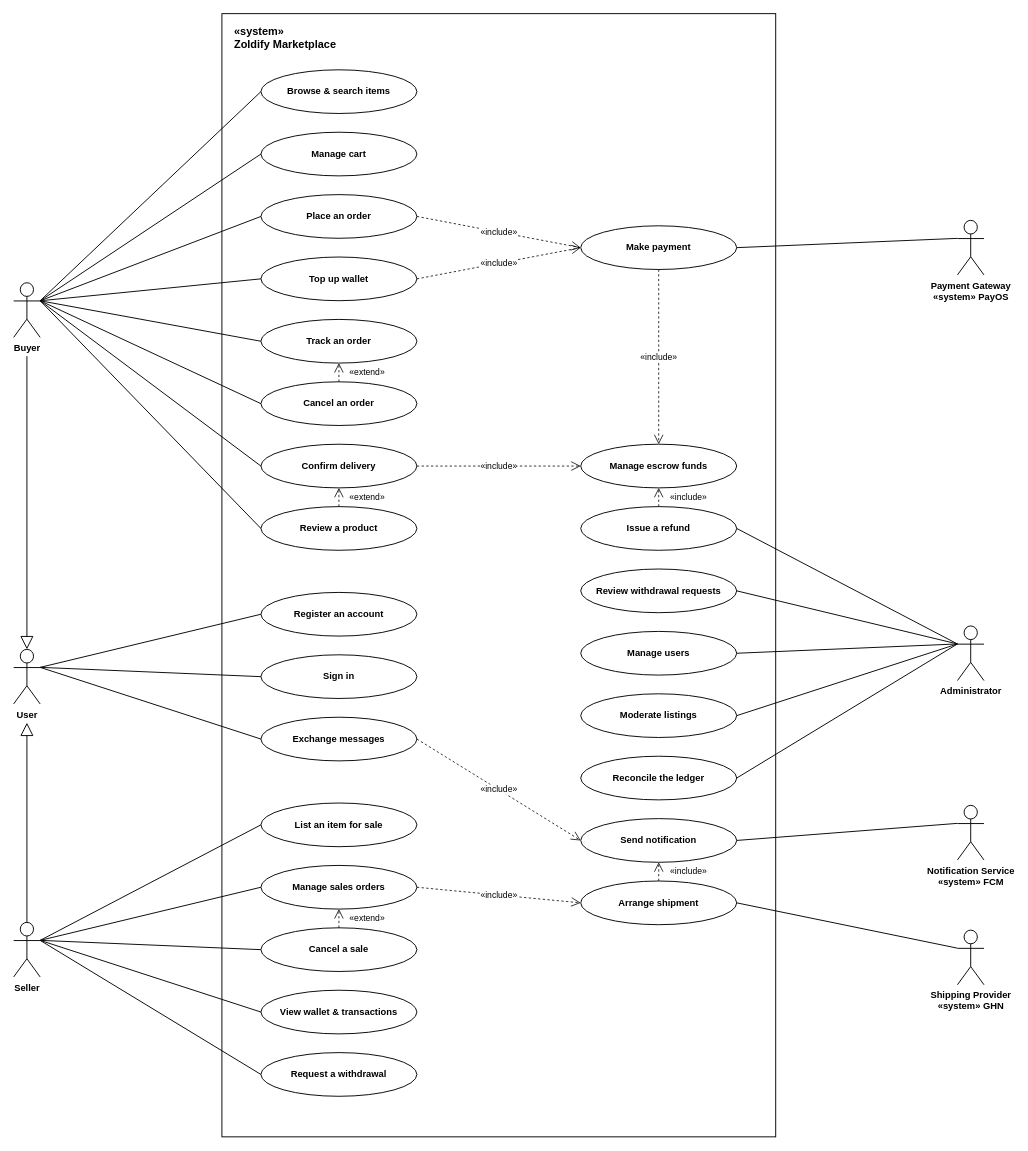
tdat-dev/Zoldify_Backend keeps this draw.io diagram as page "Use Case Diagram" (1 of 7) of docs/system-design/drawio/05-use-case-diagram.drawio. Above is the earlier version. Source tidied: cells renumbered, new cells numbered last; positions are measured from the earlier drawing's top-left corner, leaving out a move shared by most shapes. Both pictures are drawn from the tidied source at 78%, with x=0, y=0 at pixel (13, 13).
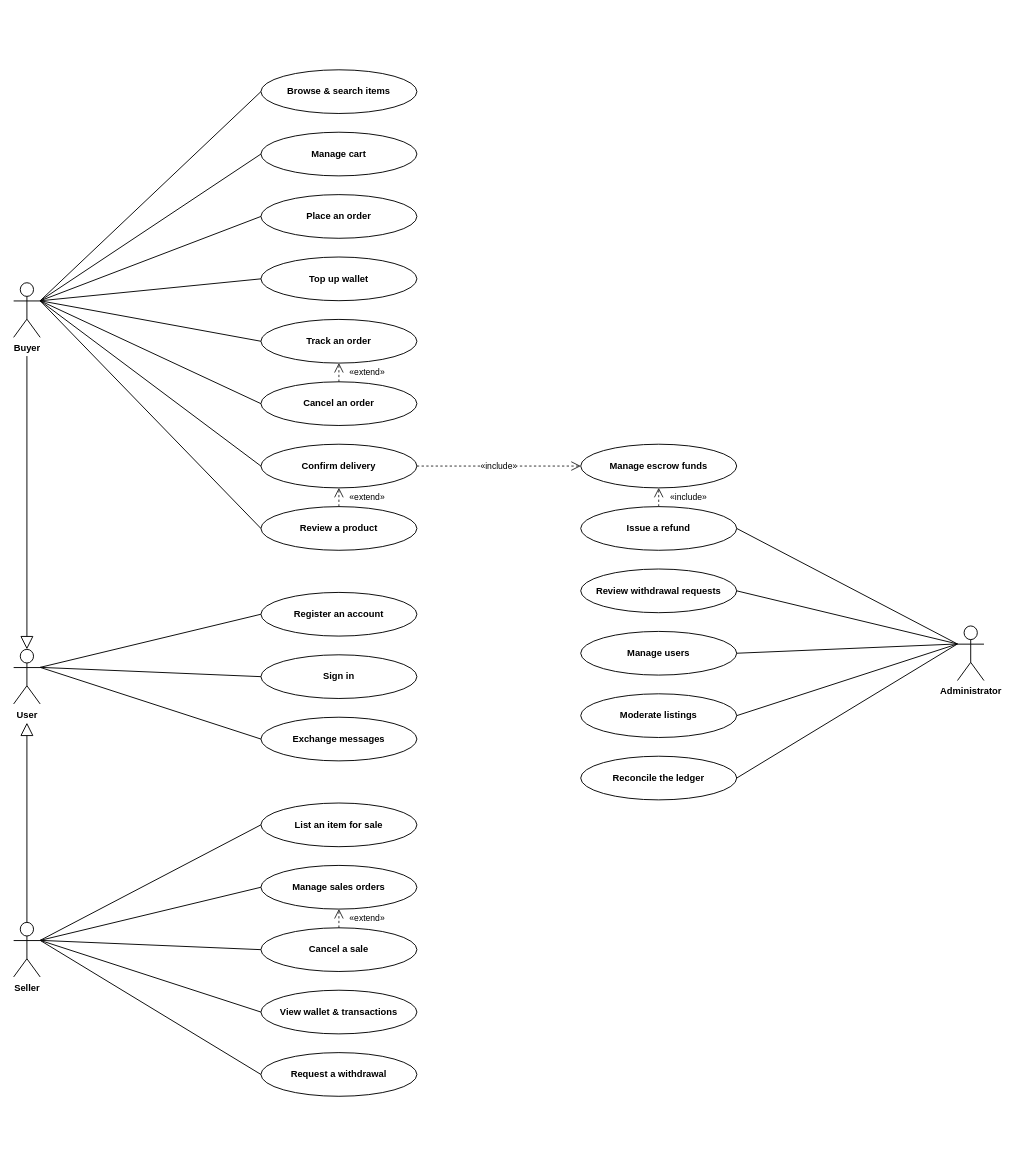
Above is the later version.

Commit message (it also covers changes not shown here):
docs(system-design): chỉnh tay của nhóm trên use case, class và sequence

Sửa trực tiếp trong draw.io: bỏ actor hệ thống (GHN, PayOS, FCM) và khung
hệ thống ở các trang use case, bỏ tiêu đề khung Domain Model, bỏ các ghi
chú trên trang sequence.

Lưu ý: chạy lại drawio-class/sequence/usecase.mjs sẽ đè mất các chỉnh tay
này vì nguồn spec chưa đổi theo.

Unchanged cells that the change refers to:
```xml
<mxCell id="5" value="Place an order" style="ellipse;whiteSpace=wrap;html=1;fontSize=12;fontStyle=1;fillColor=#FFFFFF;strokeColor=#000000;strokeWidth=1.2;fontColor=#000000;spacing=8;" parent="1" vertex="1">
  <mxGeometry x="317" y="232" width="200" height="56" as="geometry" />
</mxCell>
<mxCell id="6" value="Top up wallet" style="ellipse;whiteSpace=wrap;html=1;fontSize=12;fontStyle=1;fillColor=#FFFFFF;strokeColor=#000000;strokeWidth=1.2;fontColor=#000000;spacing=8;" parent="1" vertex="1">
  <mxGeometry x="317" y="312" width="200" height="56" as="geometry" />
</mxCell>
<mxCell id="13" value="Exchange messages" style="ellipse;whiteSpace=wrap;html=1;fontSize=12;fontStyle=1;fillColor=#FFFFFF;strokeColor=#000000;strokeWidth=1.2;fontColor=#000000;spacing=8;" parent="1" vertex="1">
  <mxGeometry x="317" y="902" width="200" height="56" as="geometry" />
</mxCell>
<mxCell id="15" value="Manage sales orders" style="ellipse;whiteSpace=wrap;html=1;fontSize=12;fontStyle=1;fillColor=#FFFFFF;strokeColor=#000000;strokeWidth=1.2;fontColor=#000000;spacing=8;" parent="1" vertex="1">
  <mxGeometry x="317" y="1092" width="200" height="56" as="geometry" />
</mxCell>
<mxCell id="20" value="Manage escrow funds" style="ellipse;whiteSpace=wrap;html=1;fontSize=12;fontStyle=1;fillColor=#FFFFFF;strokeColor=#000000;strokeWidth=1.2;fontColor=#000000;spacing=8;" parent="1" vertex="1">
  <mxGeometry x="727" y="552" width="200" height="56" as="geometry" />
</mxCell>
```

What changed in the source:
```diff
@@
-    <mxCell id="2" value="«system»&lt;br&gt;Zoldify Marketplace" style="rounded=0;whiteSpace=wrap;html=1;verticalAlign=top;align=left;spacingLeft=14;spacingTop=8;fillColor=#FFFFFF;strokeColor=#000000;strokeWidth=1.2;fontSize=14;fontStyle=1;fontColor=#000000;" parent="1" vertex="1">
-      <mxGeometry x="267" width="710" height="1440" as="geometry" />
-    </mxCell>
@@
-    <mxCell id="19" value="Make payment" style="ellipse;whiteSpace=wrap;html=1;fontSize=12;fontStyle=1;fillColor=#FFFFFF;strokeColor=#000000;strokeWidth=1.2;fontColor=#000000;spacing=8;" parent="1" vertex="1">
-      <mxGeometry x="727" y="272" width="200" height="56" as="geometry" />
-    </mxCell>
@@
-    <mxCell id="26" value="Send notification" style="ellipse;whiteSpace=wrap;html=1;fontSize=12;fontStyle=1;fillColor=#FFFFFF;strokeColor=#000000;strokeWidth=1.2;fontColor=#000000;spacing=8;" parent="1" vertex="1">
-      <mxGeometry x="727" y="1032" width="200" height="56" as="geometry" />
-    </mxCell>
-    <mxCell id="27" value="Arrange shipment" style="ellipse;whiteSpace=wrap;html=1;fontSize=12;fontStyle=1;fillColor=#FFFFFF;strokeColor=#000000;strokeWidth=1.2;fontColor=#000000;spacing=8;" parent="1" vertex="1">
-      <mxGeometry x="727" y="1112" width="200" height="56" as="geometry" />
-    </mxCell>
@@
-    <mxCell id="31" value="Payment Gateway&lt;br&gt;«system» PayOS" style="shape=umlActor;verticalLabelPosition=bottom;verticalAlign=top;html=1;outlineConnect=0;fontSize=12;fontStyle=1;fillColor=#FFFFFF;strokeColor=#000000;strokeWidth=1.2;fontColor=#000000;" parent="1" vertex="1">
-      <mxGeometry x="1210" y="265" width="34" height="70" as="geometry" />
-    </mxCell>
@@
-    <mxCell id="33" value="Notification Service&lt;br&gt;«system» FCM" style="shape=umlActor;verticalLabelPosition=bottom;verticalAlign=top;html=1;outlineConnect=0;fontSize=12;fontStyle=1;fillColor=#FFFFFF;strokeColor=#000000;strokeWidth=1.2;fontColor=#000000;" parent="1" vertex="1">
-      <mxGeometry x="1210" y="1015" width="34" height="70" as="geometry" />
-    </mxCell>
-    <mxCell id="34" value="Shipping Provider&lt;br&gt;«system» GHN" style="shape=umlActor;verticalLabelPosition=bottom;verticalAlign=top;html=1;outlineConnect=0;fontSize=12;fontStyle=1;fillColor=#FFFFFF;strokeColor=#000000;strokeWidth=1.2;fontColor=#000000;" parent="1" vertex="1">
-      <mxGeometry x="1210" y="1175" width="34" height="70" as="geometry" />
-    </mxCell>
@@
-    <mxCell id="51" style="edgeStyle=none;html=1;rounded=0;endArrow=none;strokeColor=#000000;strokeWidth=1.2;exitX=0;exitY=0.33;exitDx=0;exitDy=0;exitPerimeter=0;entryX=1;entryY=0.5;entryDx=0;entryDy=0;entryPerimeter=0;" parent="1" edge="1" source="31" target="19">
-      <mxGeometry relative="1" as="geometry" />
-    </mxCell>
@@
-    <mxCell id="57" style="edgeStyle=none;html=1;rounded=0;endArrow=none;strokeColor=#000000;strokeWidth=1.2;exitX=0;exitY=0.33;exitDx=0;exitDy=0;exitPerimeter=0;entryX=1;entryY=0.5;entryDx=0;entryDy=0;entryPerimeter=0;" parent="1" edge="1" source="33" target="26">
-      <mxGeometry relative="1" as="geometry" />
-    </mxCell>
-    <mxCell id="58" style="edgeStyle=none;html=1;rounded=0;endArrow=none;strokeColor=#000000;strokeWidth=1.2;exitX=0;exitY=0.33;exitDx=0;exitDy=0;exitPerimeter=0;entryX=1;entryY=0.5;entryDx=0;entryDy=0;entryPerimeter=0;" parent="1" edge="1" source="34" target="27">
-      <mxGeometry relative="1" as="geometry" />
-    </mxCell>
@@
-    <mxCell id="61" value="«include»" style="edgeStyle=none;html=1;rounded=0;endArrow=open;endFill=0;endSize=10;dashed=1;strokeColor=#000000;fontColor=#000000;fontSize=11;labelBackgroundColor=#FFFFFF;exitX=1;exitY=0.5;exitDx=0;exitDy=0;exitPerimeter=0;entryX=0;entryY=0.5;entryDx=0;entryDy=0;entryPerimeter=0;" parent="1" edge="1" source="5" target="19">
-      <mxGeometry relative="1" as="geometry" />
-    </mxCell>
-    <mxCell id="62" value="«include»" style="edgeStyle=none;html=1;rounded=0;endArrow=open;endFill=0;endSize=10;dashed=1;strokeColor=#000000;fontColor=#000000;fontSize=11;labelBackgroundColor=#FFFFFF;exitX=1;exitY=0.5;exitDx=0;exitDy=0;exitPerimeter=0;entryX=0;entryY=0.5;entryDx=0;entryDy=0;entryPerimeter=0;" parent="1" edge="1" source="6" target="19">
-      <mxGeometry relative="1" as="geometry" />
-    </mxCell>
-    <mxCell id="63" value="«include»" style="edgeStyle=none;html=1;rounded=0;endArrow=open;endFill=0;endSize=10;dashed=1;strokeColor=#000000;fontColor=#000000;fontSize=11;labelBackgroundColor=#FFFFFF;exitX=0.5;exitY=1;exitDx=0;exitDy=0;exitPerimeter=0;entryX=0.5;entryY=0;entryDx=0;entryDy=0;entryPerimeter=0;" parent="1" edge="1" source="19" target="20">
-      <mxGeometry relative="1" as="geometry" />
-    </mxCell>
@@
-    <mxCell id="66" value="«include»" style="edgeStyle=none;html=1;rounded=0;endArrow=open;endFill=0;endSize=10;dashed=1;strokeColor=#000000;fontColor=#000000;fontSize=11;labelBackgroundColor=#FFFFFF;exitX=1;exitY=0.5;exitDx=0;exitDy=0;exitPerimeter=0;entryX=0;entryY=0.5;entryDx=0;entryDy=0;entryPerimeter=0;" parent="1" edge="1" source="13" target="26">
-      <mxGeometry relative="1" as="geometry" />
-    </mxCell>
-    <mxCell id="67" value="«include»" style="edgeStyle=none;html=1;rounded=0;endArrow=open;endFill=0;endSize=10;dashed=1;strokeColor=#000000;fontColor=#000000;fontSize=11;labelBackgroundColor=#FFFFFF;exitX=1;exitY=0.5;exitDx=0;exitDy=0;exitPerimeter=0;entryX=0;entryY=0.5;entryDx=0;entryDy=0;entryPerimeter=0;" parent="1" edge="1" source="15" target="27">
-      <mxGeometry relative="1" as="geometry" />
-    </mxCell>
-    <mxCell id="68" value="«include»" style="edgeStyle=none;html=1;rounded=0;endArrow=open;endFill=0;endSize=10;dashed=1;strokeColor=#000000;fontColor=#000000;fontSize=11;labelBackgroundColor=#FFFFFF;exitX=0.5;exitY=0;exitDx=0;exitDy=0;exitPerimeter=0;entryX=0.5;entryY=1;entryDx=0;entryDy=0;entryPerimeter=0;" parent="1" edge="1" source="27" target="26">
-      <mxGeometry relative="1" as="geometry">
-        <mxPoint x="38" as="offset" />
-      </mxGeometry>
-    </mxCell>
```
